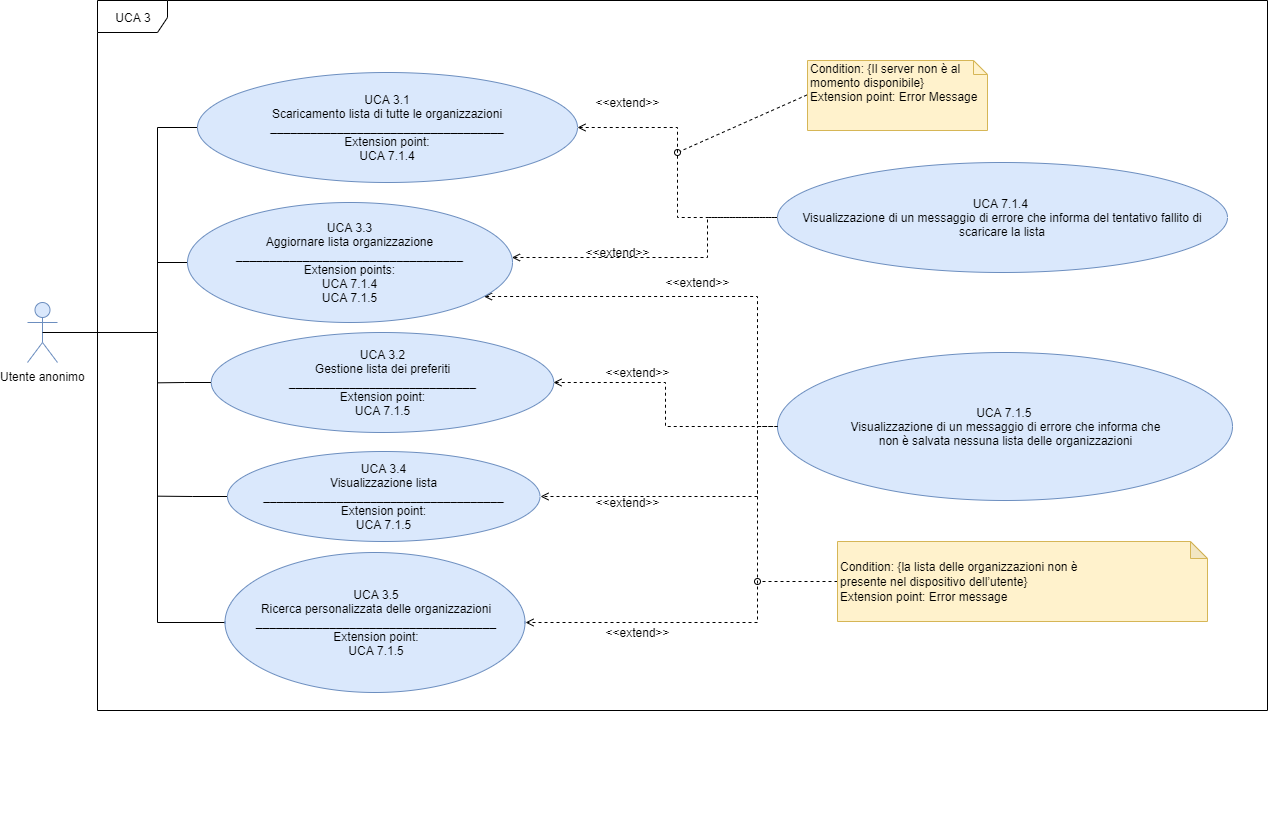
The draw.io diagram DocumentazioneEsterna/AnalisiRequisiti/sezioni/UseCase/Immagini/UCA3.png in qb-team/Stalker-Documentazione, before a commit. Source tidied: cells renumbered, new cells last; positions are measured from the earlier drawing's top-left corner, leaving out a move shared by most shapes.
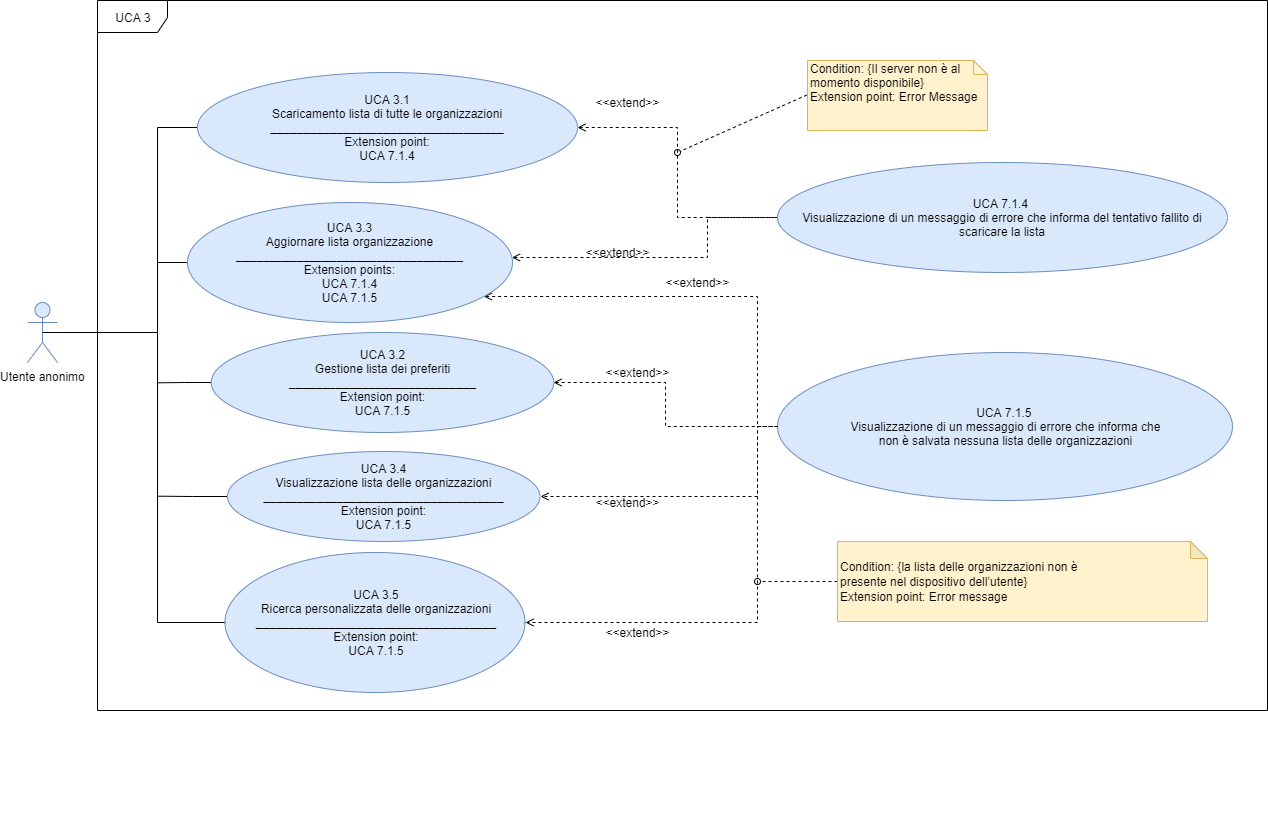
Above is the later version.

Commit message:
correzioni diagrammi UML 3 e 4

Diff of the diagram source:
```diff
@@ -78,7 +78,7 @@
         <mxPoint x="130" y="495.7" as="targetPoint" />
       </mxGeometry>
     </mxCell>
-    <mxCell id="17" value="&lt;font style=&quot;font-size: 12px&quot;&gt;UCA 3.4&lt;br&gt;Visualizzazione lista&lt;br style=&quot;font-size: 12px&quot;&gt;&lt;span style=&quot;text-align: left&quot;&gt;&lt;b&gt;____________________________________&lt;/b&gt;&lt;br&gt;Extension point:&lt;br&gt;&lt;/span&gt;UCA 7.1.5&lt;br style=&quot;font-size: 12px&quot;&gt;&lt;/font&gt;" style="ellipse;whiteSpace=wrap;html=1;fillColor=#dae8fc;strokeColor=#6c8ebf;fontSize=12;" parent="1" vertex="1">
+    <mxCell id="17" value="&lt;font style=&quot;font-size: 12px&quot;&gt;UCA 3.4&lt;br&gt;Visualizzazione lista delle organizzazioni&lt;br style=&quot;font-size: 12px&quot;&gt;&lt;span style=&quot;text-align: left&quot;&gt;&lt;b&gt;____________________________________&lt;/b&gt;&lt;br&gt;Extension point:&lt;br&gt;&lt;/span&gt;UCA 7.1.5&lt;br style=&quot;font-size: 12px&quot;&gt;&lt;/font&gt;" style="ellipse;whiteSpace=wrap;html=1;fillColor=#dae8fc;strokeColor=#6c8ebf;fontSize=12;" parent="1" vertex="1">
       <mxGeometry x="200" y="451" width="312.5" height="90" as="geometry" />
     </mxCell>
     <mxCell id="18" style="edgeStyle=orthogonalEdgeStyle;rounded=0;jettySize=auto;html=1;exitX=0;exitY=0.5;exitDx=0;exitDy=0;startArrow=none;startFill=0;endArrow=none;endFill=0;fontSize=12;" parent="1" edge="1" source="19">
```
